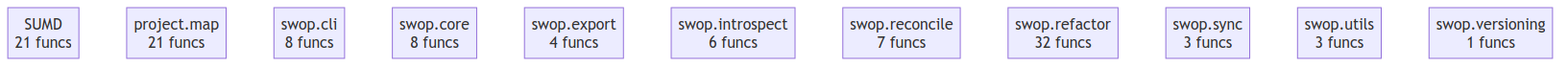
Earlier version of the Mermaid export project/compact_flow.png (semcod/swop). Its source is kept beside it as project/compact_flow.mmd. Its diagram source:
```mermaid
flowchart TD
    SUMD["SUMD<br/>21 funcs"]
    project__map["project.map<br/>21 funcs"]
    swop__cli["swop.cli<br/>8 funcs"]
    swop__core["swop.core<br/>8 funcs"]
    swop__export["swop.export<br/>4 funcs"]
    swop__introspect["swop.introspect<br/>6 funcs"]
    swop__reconcile["swop.reconcile<br/>7 funcs"]
    swop__refactor["swop.refactor<br/>32 funcs"]
    swop__sync["swop.sync<br/>3 funcs"]
    swop__utils["swop.utils<br/>3 funcs"]
    swop__versioning["swop.versioning<br/>1 funcs"]
```
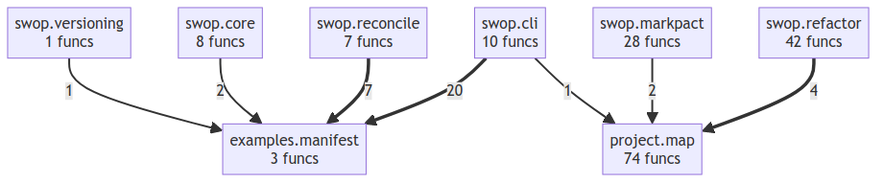
Above is the later version.

The edit, as a diff of the source:
```diff
@@ -1,12 +1,16 @@
 flowchart TD
-    SUMD["SUMD<br/>21 funcs"]
-    project__map["project.map<br/>21 funcs"]
-    swop__cli["swop.cli<br/>8 funcs"]
+    examples__manifest["examples.manifest<br/>3 funcs"]
+    project__map["project.map<br/>74 funcs"]
+    swop__cli["swop.cli<br/>10 funcs"]
     swop__core["swop.core<br/>8 funcs"]
-    swop__export["swop.export<br/>4 funcs"]
-    swop__introspect["swop.introspect<br/>6 funcs"]
+    swop__markpact["swop.markpact<br/>28 funcs"]
     swop__reconcile["swop.reconcile<br/>7 funcs"]
-    swop__refactor["swop.refactor<br/>32 funcs"]
-    swop__sync["swop.sync<br/>3 funcs"]
-    swop__utils["swop.utils<br/>3 funcs"]
+    swop__refactor["swop.refactor<br/>42 funcs"]
     swop__versioning["swop.versioning<br/>1 funcs"]
+    swop__cli ==>|20| examples__manifest
+    swop__reconcile ==>|7| examples__manifest
+    swop__refactor ==>|4| project__map
+    swop__core -->|2| examples__manifest
+    swop__markpact -->|2| project__map
+    swop__cli -->|1| project__map
+    swop__versioning -->|1| examples__manifest
```
